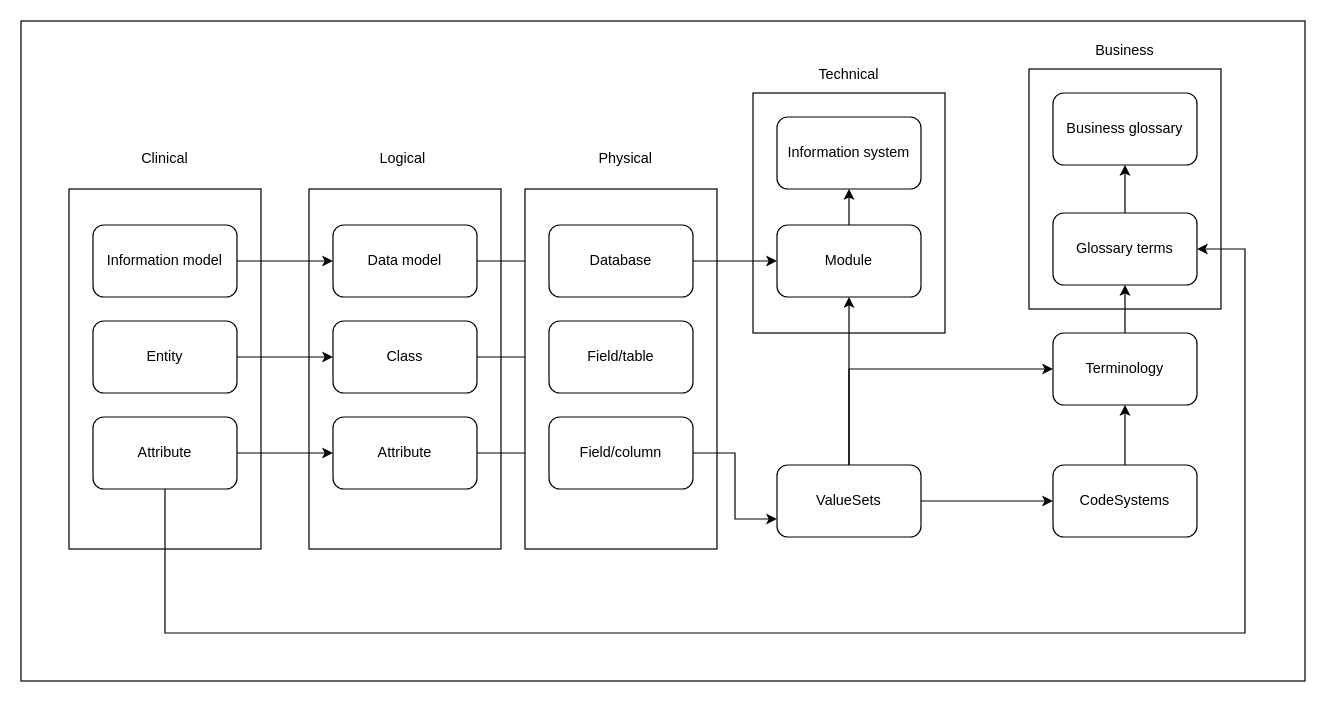
This is metamodel.drawio from Scharlett/thesis_metamodel, a draw.io file, before an edit. Source tidied: cells renumbered, new cells numbered last; positions are measured from the earlier drawing's top-left corner, leaving out a move shared by most shapes. Both pictures are drawn from the tidied source at 120%, with x=0, y=0 at pixel (20, 20).
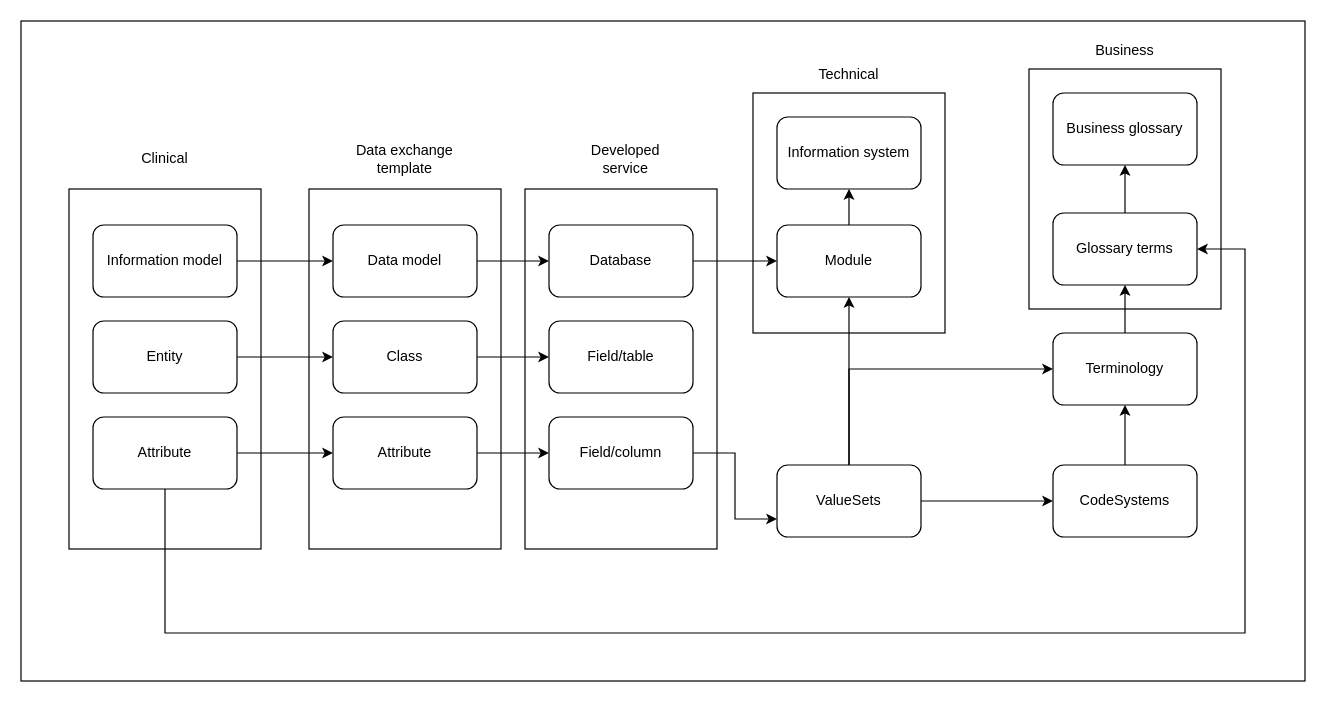
Above is the later version.

Unchanged cells that the change refers to:
```xml
<mxCell id="7" value="Data model" style="rounded=1;whiteSpace=wrap;html=1;" parent="1" vertex="1">
  <mxGeometry x="260" y="170" width="120" height="60" as="geometry" />
</mxCell>
<mxCell id="9" value="Class" style="rounded=1;whiteSpace=wrap;html=1;" parent="1" vertex="1">
  <mxGeometry x="260" y="250" width="120" height="60" as="geometry" />
</mxCell>
<mxCell id="15" value="Database" style="rounded=1;whiteSpace=wrap;html=1;" parent="1" vertex="1">
  <mxGeometry x="440" y="170" width="120" height="60" as="geometry" />
</mxCell>
<mxCell id="16" value="Field/table" style="rounded=1;whiteSpace=wrap;html=1;" parent="1" vertex="1">
  <mxGeometry x="440" y="250" width="120" height="60" as="geometry" />
</mxCell>
```

What changed in the source:
```diff
@@
+    <mxCell id="13" style="rounded=0;whiteSpace=wrap;html=1;" parent="1" vertex="1">
+      <mxGeometry x="420" y="140" width="160" height="300" as="geometry" />
+    </mxCell>
-    <mxCell id="6" style="edgeStyle=orthogonalEdgeStyle;rounded=0;jettySize=auto;html=1;" parent="1" edge="1" source="7" target="15">
+    <mxCell id="6" style="edgeStyle=orthogonalEdgeStyle;rounded=0;jettySize=auto;html=1;entryX=0;entryY=0.5;entryDx=0;entryDy=0;" parent="1" edge="1" source="7" target="15">
       <mxGeometry relative="1" as="geometry" />
     </mxCell>
@@
-    <mxCell id="8" style="edgeStyle=orthogonalEdgeStyle;rounded=0;jettySize=auto;html=1;" parent="1" edge="1" source="9" target="16">
-      <mxGeometry relative="1" as="geometry" />
+    <mxCell id="8" style="edgeStyle=orthogonalEdgeStyle;rounded=0;jettySize=auto;html=1;" parent="1" edge="1" source="9">
+      <mxGeometry relative="1" as="geometry">
+        <mxPoint x="440" y="280" as="targetPoint" />
+      </mxGeometry>
     </mxCell>
@@
-    <mxCell id="12" value="Logical&amp;nbsp;" style="text;html=1;align=center;verticalAlign=middle;whiteSpace=wrap;rounded=0;" parent="1" vertex="1">
+    <mxCell id="12" value="Data exchange template" style="text;html=1;align=center;verticalAlign=middle;whiteSpace=wrap;rounded=0;" parent="1" vertex="1">
       <mxGeometry x="270" y="100" width="100" height="30" as="geometry" />
     </mxCell>
-    <mxCell id="13" style="rounded=0;whiteSpace=wrap;html=1;" parent="1" vertex="1">
-      <mxGeometry x="420" y="140" width="160" height="300" as="geometry" />
-    </mxCell>
@@
-    <mxCell id="19" value="Physical" style="text;html=1;align=center;verticalAlign=middle;whiteSpace=wrap;rounded=0;" parent="1" vertex="1">
+    <mxCell id="19" value="Developed service" style="text;html=1;align=center;verticalAlign=middle;whiteSpace=wrap;rounded=0;" parent="1" vertex="1">
       <mxGeometry x="454" y="100" width="100" height="30" as="geometry" />
     </mxCell>
```
